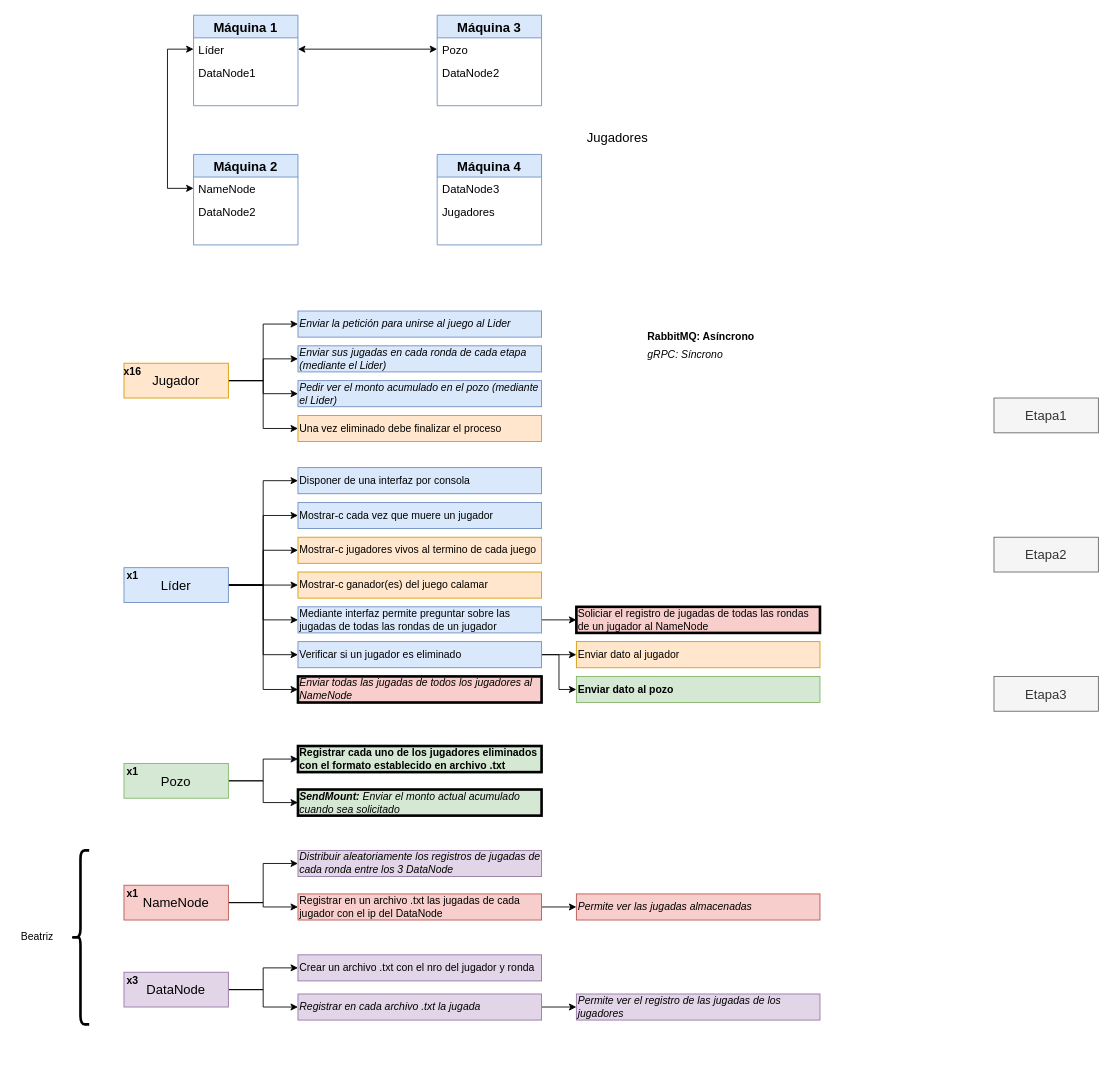
srlaggy/Lab2-Grupo42-INF343 keeps this draw.io diagram as Tarea2.drawio. Above is the earlier version. Source tidied: cells renumbered, new cells numbered last; positions are measured from the earlier drawing's top-left corner, leaving out a move shared by most shapes. Both pictures are drawn from the tidied source at 87%, with x=0, y=0 at pixel (15, 15).
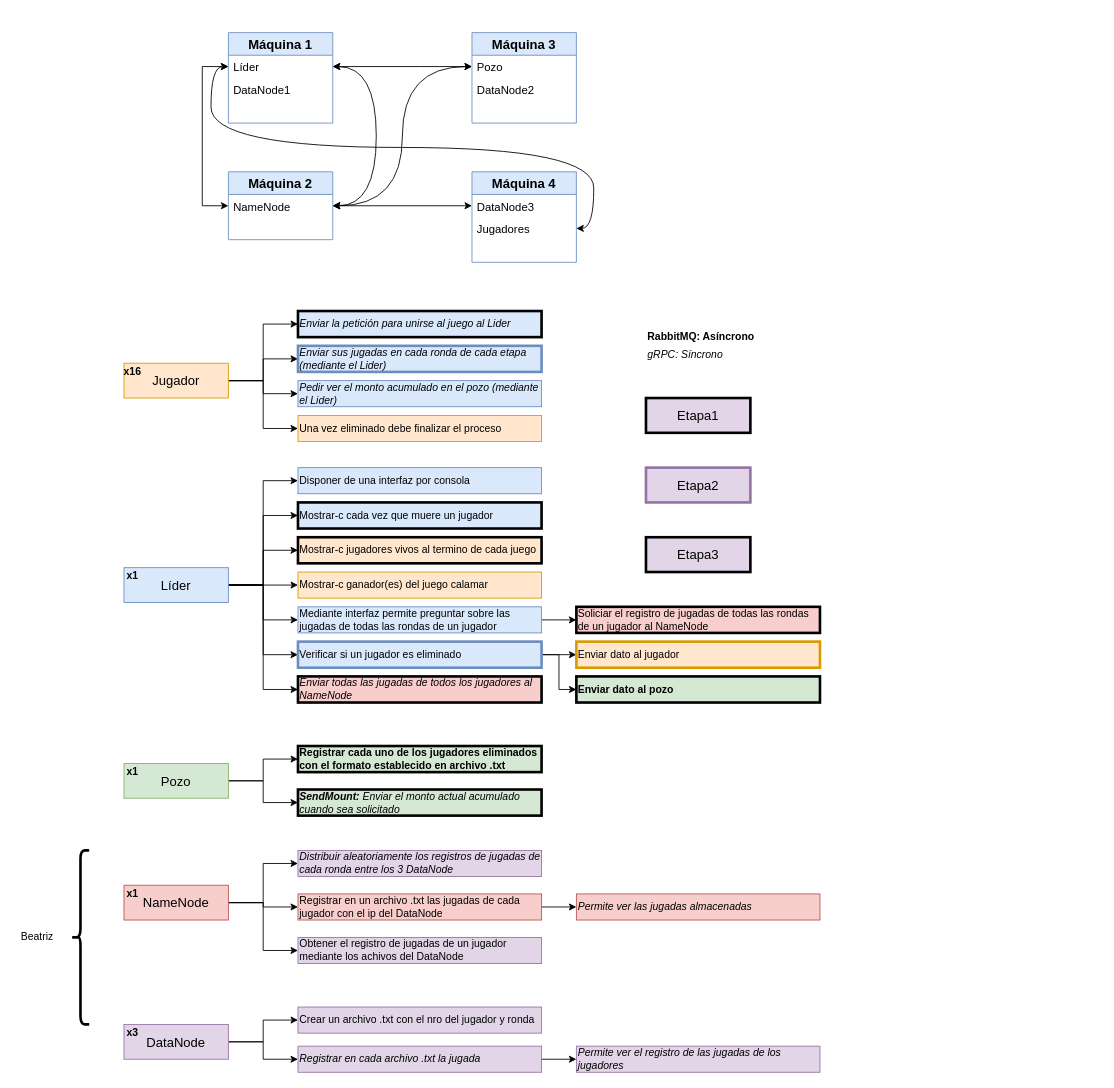
The same diagram, later.

Commit message (it also covers changes not shown here):
etapa 3 lista

The change refers to these unchanged cells:
```xml
<mxCell id="21" value="NameNode" style="rounded=0;whiteSpace=wrap;html=1;fontSize=15;fillColor=#f8cecc;strokeColor=#b85450;" parent="1" vertex="1">
  <mxGeometry x="125" y="1000" width="120" height="40" as="geometry" />
</mxCell>
<mxCell id="62" value="Pozo" style="text;strokeColor=none;fillColor=none;align=left;verticalAlign=top;spacingLeft=4;spacingRight=4;overflow=hidden;points=[[0,0.5],[1,0.5]];portConstraint=eastwest;fontSize=13;" parent="61" vertex="1">
  <mxGeometry y="26" width="120" height="26" as="geometry" />
</mxCell>
<mxCell id="67" value="NameNode" style="text;strokeColor=none;fillColor=none;align=left;verticalAlign=top;spacingLeft=4;spacingRight=4;overflow=hidden;points=[[0,0.5],[1,0.5]];portConstraint=eastwest;fontSize=13;" parent="66" vertex="1">
  <mxGeometry y="26" width="120" height="26" as="geometry" />
</mxCell>
<mxCell id="71" value="Líder" style="text;strokeColor=none;fillColor=none;align=left;verticalAlign=top;spacingLeft=4;spacingRight=4;overflow=hidden;points=[[0,0.5],[1,0.5]];portConstraint=eastwest;fontSize=13;" parent="70" vertex="1">
  <mxGeometry y="26" width="120" height="26" as="geometry" />
</mxCell>
<mxCell id="75" value="DataNode3" style="text;strokeColor=none;fillColor=none;align=left;verticalAlign=top;spacingLeft=4;spacingRight=4;overflow=hidden;points=[[0,0.5],[1,0.5]];portConstraint=eastwest;fontSize=13;" parent="74" vertex="1">
  <mxGeometry y="26" width="120" height="26" as="geometry" />
</mxCell>
<mxCell id="76" value="Jugadores" style="text;strokeColor=none;fillColor=none;align=left;verticalAlign=top;spacingLeft=4;spacingRight=4;overflow=hidden;points=[[0,0.5],[1,0.5]];portConstraint=eastwest;fontSize=13;" parent="74" vertex="1">
  <mxGeometry y="52" width="120" height="26" as="geometry" />
</mxCell>
```

Diff of the diagram source:
```diff
@@
-    <mxCell id="2" value="Jugadores" style="text;html=1;strokeColor=none;fillColor=none;align=center;verticalAlign=middle;whiteSpace=wrap;rounded=0;fontSize=15;" parent="1" vertex="1">
-      <mxGeometry x="655" y="130" width="75" height="20" as="geometry" />
-    </mxCell>
@@
+    <mxCell id="82" style="edgeStyle=orthogonalEdgeStyle;rounded=0;jettySize=auto;html=1;exitX=1;exitY=0.5;exitDx=0;exitDy=0;entryX=0;entryY=0.5;entryDx=0;entryDy=0;fontSize=15;startArrow=none;startFill=0;" parent="1" edge="1" source="21" target="87">
+      <mxGeometry relative="1" as="geometry" />
+    </mxCell>
@@
     <mxCell id="24" value="DataNode" style="rounded=0;whiteSpace=wrap;html=1;fontSize=15;fillColor=#e1d5e7;strokeColor=#9673a6;" parent="1" vertex="1">
-      <mxGeometry x="125" y="1100" width="120" height="40" as="geometry" />
+      <mxGeometry x="125" y="1160" width="120" height="40" as="geometry" />
     </mxCell>
-    <mxCell id="25" value="Enviar la petición para unirse al juego al Lider" style="rounded=0;whiteSpace=wrap;html=1;fontSize=12;align=left;fillColor=#dae8fc;strokeColor=#6c8ebf;fontStyle=2;" parent="1" vertex="1">
+    <mxCell id="25" value="Enviar la petición para unirse al juego al Lider" style="rounded=0;whiteSpace=wrap;html=1;fontSize=12;align=left;fillColor=#dae8fc;strokeColor=default;fontStyle=2;strokeWidth=3;" parent="1" vertex="1">
       <mxGeometry x="325" y="340" width="280" height="30" as="geometry" />
     </mxCell>
@@
     <mxCell id="30" value="x3" style="text;html=1;strokeColor=none;fillColor=none;align=center;verticalAlign=middle;whiteSpace=wrap;rounded=0;fontSize=12;fontStyle=1;" parent="1" vertex="1">
-      <mxGeometry x="125" y="1100" width="20" height="20" as="geometry" />
+      <mxGeometry x="125" y="1160" width="20" height="20" as="geometry" />
     </mxCell>
-    <mxCell id="31" value="Enviar sus jugadas en cada ronda de cada etapa (mediante el Lider)" style="rounded=0;whiteSpace=wrap;html=1;fontSize=12;align=left;fillColor=#dae8fc;strokeColor=#6c8ebf;fontStyle=2;" parent="1" vertex="1">
+    <mxCell id="31" value="Enviar sus jugadas en cada ronda de cada etapa (mediante el Lider)" style="rounded=0;whiteSpace=wrap;html=1;fontSize=12;align=left;fillColor=#dae8fc;strokeColor=#6c8ebf;fontStyle=2;strokeWidth=3;" parent="1" vertex="1">
       <mxGeometry x="325" y="380" width="280" height="30" as="geometry" />
     </mxCell>
@@
-    <mxCell id="35" value="Mostrar-c cada vez que muere un jugador" style="rounded=0;whiteSpace=wrap;html=1;fontSize=12;align=left;fillColor=#dae8fc;strokeColor=#6c8ebf;" parent="1" vertex="1">
+    <mxCell id="35" value="Mostrar-c cada vez que muere un jugador" style="rounded=0;whiteSpace=wrap;html=1;fontSize=12;align=left;fillColor=#dae8fc;strokeColor=default;strokeWidth=3;" parent="1" vertex="1">
       <mxGeometry x="325" y="560" width="280" height="30" as="geometry" />
     </mxCell>
-    <mxCell id="36" value="Mostrar-c jugadores vivos al termino de cada juego" style="rounded=0;whiteSpace=wrap;html=1;fontSize=12;align=left;fillColor=#ffe6cc;strokeColor=#d79b00;" parent="1" vertex="1">
+    <mxCell id="36" value="Mostrar-c jugadores vivos al termino de cada juego" style="rounded=0;whiteSpace=wrap;html=1;fontSize=12;align=left;fillColor=#ffe6cc;strokeColor=default;strokeWidth=3;" parent="1" vertex="1">
       <mxGeometry x="325" y="600" width="280" height="30" as="geometry" />
     </mxCell>
@@
-    <mxCell id="42" value="Verificar si un jugador es eliminado" style="rounded=0;whiteSpace=wrap;html=1;fontSize=12;align=left;fillColor=#dae8fc;strokeColor=#6c8ebf;" parent="1" vertex="1">
+    <mxCell id="42" value="Verificar si un jugador es eliminado" style="rounded=0;whiteSpace=wrap;html=1;fontSize=12;align=left;fillColor=#dae8fc;strokeColor=#6c8ebf;strokeWidth=3;" parent="1" vertex="1">
       <mxGeometry x="325" y="720" width="280" height="30" as="geometry" />
     </mxCell>
-    <mxCell id="43" value="Enviar dato al jugador" style="rounded=0;whiteSpace=wrap;html=1;fontSize=12;align=left;fillColor=#ffe6cc;strokeColor=#d79b00;" parent="1" vertex="1">
+    <mxCell id="43" value="Enviar dato al jugador" style="rounded=0;whiteSpace=wrap;html=1;fontSize=12;align=left;fillColor=#ffe6cc;strokeColor=#d79b00;strokeWidth=3;" parent="1" vertex="1">
       <mxGeometry x="645" y="720" width="280" height="30" as="geometry" />
     </mxCell>
-    <mxCell id="44" value="Enviar dato al pozo" style="rounded=0;whiteSpace=wrap;html=1;fontSize=12;align=left;fillColor=#d5e8d4;strokeColor=#82b366;fontStyle=1;" parent="1" vertex="1">
+    <mxCell id="44" value="Enviar dato al pozo" style="rounded=0;whiteSpace=wrap;html=1;fontSize=12;align=left;fillColor=#d5e8d4;strokeColor=default;fontStyle=1;strokeWidth=3;" parent="1" vertex="1">
       <mxGeometry x="645" y="760" width="280" height="30" as="geometry" />
     </mxCell>
@@
     <mxCell id="54" value="Crear un archivo .txt con el nro del jugador y ronda" style="rounded=0;whiteSpace=wrap;html=1;fontSize=12;align=left;fontStyle=0;fillColor=#e1d5e7;strokeColor=#9673a6;" parent="1" vertex="1">
-      <mxGeometry x="325" y="1080" width="280" height="30" as="geometry" />
+      <mxGeometry x="325" y="1140" width="280" height="30" as="geometry" />
     </mxCell>
@@
     <mxCell id="56" value="Registrar en cada archivo .txt la jugada" style="rounded=0;whiteSpace=wrap;html=1;fontSize=12;align=left;fontStyle=2;fillColor=#e1d5e7;strokeColor=#9673a6;" parent="1" vertex="1">
-      <mxGeometry x="325" y="1125" width="280" height="30" as="geometry" />
+      <mxGeometry x="325" y="1185" width="280" height="30" as="geometry" />
     </mxCell>
     <mxCell id="57" value="Permite ver el registro de las jugadas de los jugadores" style="rounded=0;whiteSpace=wrap;html=1;fontSize=12;align=left;fontStyle=2;fillColor=#e1d5e7;strokeColor=#9673a6;" parent="1" vertex="1">
-      <mxGeometry x="645" y="1125" width="280" height="30" as="geometry" />
+      <mxGeometry x="645" y="1185" width="280" height="30" as="geometry" />
     </mxCell>
-    <mxCell id="58" value="Etapa1" style="rounded=0;whiteSpace=wrap;html=1;fontSize=15;fillColor=#f5f5f5;strokeColor=#666666;fontColor=#333333;" parent="1" vertex="1">
-      <mxGeometry x="1125" y="440" width="120" height="40" as="geometry" />
+    <mxCell id="58" value="Etapa1" style="rounded=0;whiteSpace=wrap;html=1;fontSize=15;fillColor=#e1d5e7;strokeColor=default;strokeWidth=3;" parent="1" vertex="1">
+      <mxGeometry x="725" y="440" width="120" height="40" as="geometry" />
     </mxCell>
-    <mxCell id="59" value="Etapa2" style="rounded=0;whiteSpace=wrap;html=1;fontSize=15;fillColor=#f5f5f5;strokeColor=#666666;fontColor=#333333;" parent="1" vertex="1">
-      <mxGeometry x="1125" y="600" width="120" height="40" as="geometry" />
+    <mxCell id="59" value="Etapa2" style="rounded=0;whiteSpace=wrap;html=1;fontSize=15;fillColor=#e1d5e7;strokeColor=#9673a6;strokeWidth=3;" parent="1" vertex="1">
+      <mxGeometry x="725" y="520" width="120" height="40" as="geometry" />
     </mxCell>
-    <mxCell id="60" value="Etapa3" style="rounded=0;whiteSpace=wrap;html=1;fontSize=15;fillColor=#f5f5f5;strokeColor=#666666;fontColor=#333333;" parent="1" vertex="1">
-      <mxGeometry x="1125" y="760" width="120" height="40" as="geometry" />
+    <mxCell id="60" value="Etapa3" style="rounded=0;whiteSpace=wrap;html=1;fontSize=15;fillColor=#e1d5e7;strokeColor=default;strokeWidth=3;" parent="1" vertex="1">
+      <mxGeometry x="725" y="600" width="120" height="40" as="geometry" />
     </mxCell>
     <mxCell id="61" value="Máquina 3" style="swimlane;fontStyle=1;horizontal=1;startSize=26;fillColor=#dae8fc;strokeColor=#6c8ebf;fontSize=15;" parent="1" vertex="1">
-      <mxGeometry x="485" width="120" height="104" as="geometry" />
+      <mxGeometry x="525" y="20" width="120" height="104" as="geometry" />
     </mxCell>
@@
     <mxCell id="65" style="edgeStyle=orthogonalEdgeStyle;rounded=0;jettySize=auto;html=1;exitX=0;exitY=0.5;exitDx=0;exitDy=0;entryX=0;entryY=0.5;entryDx=0;entryDy=0;startArrow=classic;startFill=1;" parent="1" edge="1" source="67" target="71">
       <mxGeometry relative="1" as="geometry">
         <Array as="points">
-          <mxPoint x="175" y="199" />
-          <mxPoint x="175" y="39" />
+          <mxPoint x="215" y="219" />
+          <mxPoint x="215" y="59" />
         </Array>
       </mxGeometry>
     </mxCell>
     <mxCell id="66" value="Máquina 2" style="swimlane;fontStyle=1;horizontal=1;startSize=26;fillColor=#dae8fc;strokeColor=#6c8ebf;fontSize=15;" parent="1" vertex="1">
-      <mxGeometry x="205" y="160" width="120" height="104" as="geometry" />
+      <mxGeometry x="245" y="180" width="120" height="78" as="geometry" />
     </mxCell>
@@
-    <mxCell id="68" value="DataNode2" style="text;strokeColor=none;fillColor=none;align=left;verticalAlign=top;spacingLeft=4;spacingRight=4;overflow=hidden;fontSize=13;" parent="66" vertex="1">
-      <mxGeometry y="52" width="120" height="26" as="geometry" />
-    </mxCell>
     <mxCell id="69" value=" " style="text;strokeColor=none;fillColor=none;align=left;verticalAlign=top;spacingLeft=4;spacingRight=4;overflow=hidden;" parent="66" vertex="1">
-      <mxGeometry y="78" width="120" height="26" as="geometry" />
+      <mxGeometry y="52" width="120" height="26" as="geometry" />
     </mxCell>
     <mxCell id="70" value="Máquina 1" style="swimlane;fontStyle=1;horizontal=1;startSize=26;fillColor=#dae8fc;strokeColor=#6c8ebf;fontSize=15;" parent="1" vertex="1">
-      <mxGeometry x="205" width="120" height="104" as="geometry" />
+      <mxGeometry x="245" y="20" width="120" height="104" as="geometry" />
     </mxCell>
@@
     <mxCell id="74" value="Máquina 4" style="swimlane;fontStyle=1;horizontal=1;startSize=26;fillColor=#dae8fc;strokeColor=#6c8ebf;fontSize=15;" parent="1" vertex="1">
-      <mxGeometry x="485" y="160" width="120" height="104" as="geometry" />
+      <mxGeometry x="525" y="180" width="120" height="104" as="geometry" />
     </mxCell>
@@
     <mxCell id="78" style="edgeStyle=orthogonalEdgeStyle;rounded=0;jettySize=auto;html=1;exitX=0;exitY=0.5;exitDx=0;exitDy=0;entryX=1;entryY=0.5;entryDx=0;entryDy=0;fontSize=15;startArrow=classic;startFill=1;" parent="1" edge="1" source="62" target="71">
       <mxGeometry relative="1" as="geometry">
         <Array as="points">
-          <mxPoint x="425" y="39" />
-          <mxPoint x="425" y="39" />
+          <mxPoint x="465" y="59" />
+          <mxPoint x="465" y="59" />
         </Array>
       </mxGeometry>
     </mxCell>
@@
+    <mxCell id="83" style="edgeStyle=orthogonalEdgeStyle;rounded=0;jettySize=auto;html=1;exitX=1;exitY=0.5;exitDx=0;exitDy=0;entryX=0;entryY=0.5;entryDx=0;entryDy=0;startArrow=classic;startFill=1;" parent="1" edge="1" source="67" target="75">
+      <mxGeometry relative="1" as="geometry" />
+    </mxCell>
+    <mxCell id="84" style="rounded=0;jettySize=auto;html=1;exitX=1;exitY=0.5;exitDx=0;exitDy=0;entryX=0;entryY=0.5;entryDx=0;entryDy=0;edgeStyle=orthogonalEdgeStyle;curved=1;startArrow=classic;startFill=1;" parent="1" edge="1" source="67" target="62">
+      <mxGeometry relative="1" as="geometry" />
+    </mxCell>
+    <mxCell id="85" style="edgeStyle=orthogonalEdgeStyle;rounded=0;jettySize=auto;html=1;exitX=1;exitY=0.5;exitDx=0;exitDy=0;entryX=1;entryY=0.5;entryDx=0;entryDy=0;elbow=vertical;curved=1;startArrow=classic;startFill=1;" parent="1" edge="1" source="67" target="71">
+      <mxGeometry relative="1" as="geometry">
+        <Array as="points">
+          <mxPoint x="415" y="219" />
+          <mxPoint x="415" y="59" />
+        </Array>
+      </mxGeometry>
+    </mxCell>
+    <mxCell id="86" style="edgeStyle=orthogonalEdgeStyle;rounded=0;jettySize=auto;html=1;exitX=0;exitY=0.5;exitDx=0;exitDy=0;startArrow=classic;startFill=1;elbow=vertical;curved=1;entryX=1;entryY=0.5;entryDx=0;entryDy=0;" parent="1" edge="1" source="71" target="76">
+      <mxGeometry relative="1" as="geometry" />
+    </mxCell>
+    <mxCell id="87" value="Obtener el registro de jugadas de un jugador mediante los achivos del DataNode" style="rounded=0;whiteSpace=wrap;html=1;fontSize=12;align=left;fontStyle=0;fillColor=#e1d5e7;strokeColor=#9673a6;" parent="1" vertex="1">
+      <mxGeometry x="325" y="1060" width="280" height="30" as="geometry" />
+    </mxCell>
```
